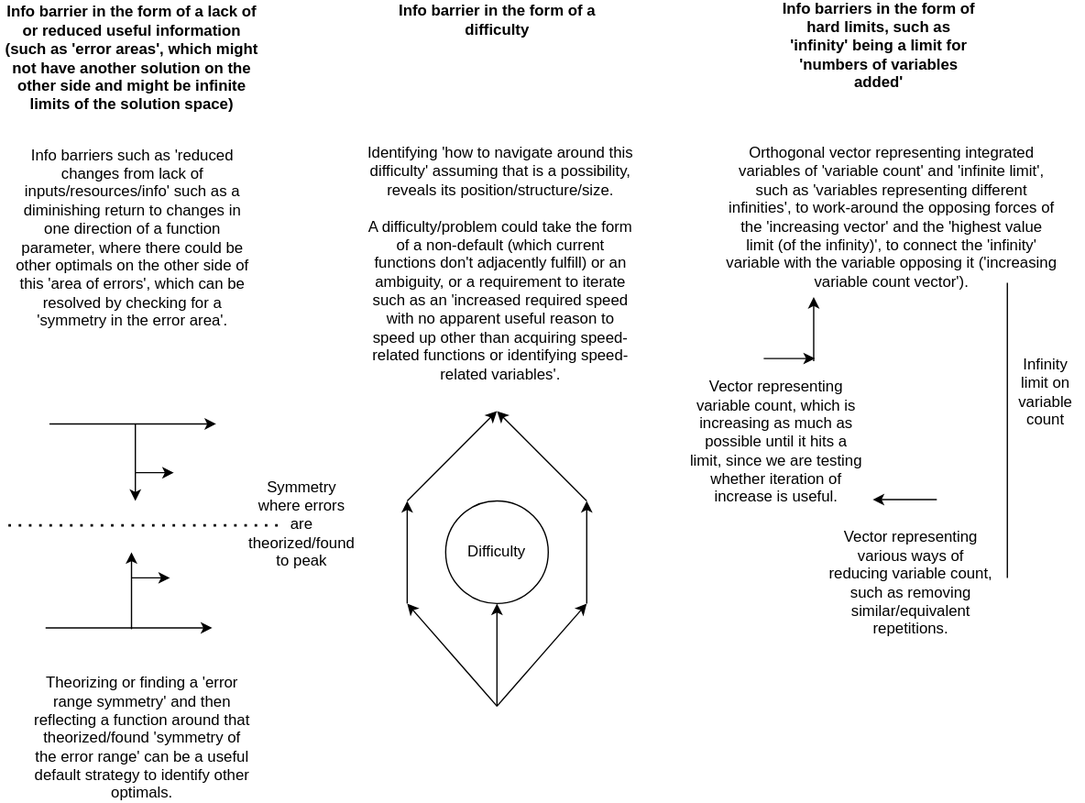
Above: docs/objects/info_barriers.drawio.svg in outdreamer/build-a-cure (draw.io), before the change. Source tidied: cells renumbered, new cells last; positions are measured from the earlier drawing's top-left corner, leaving out a move shared by most shapes.
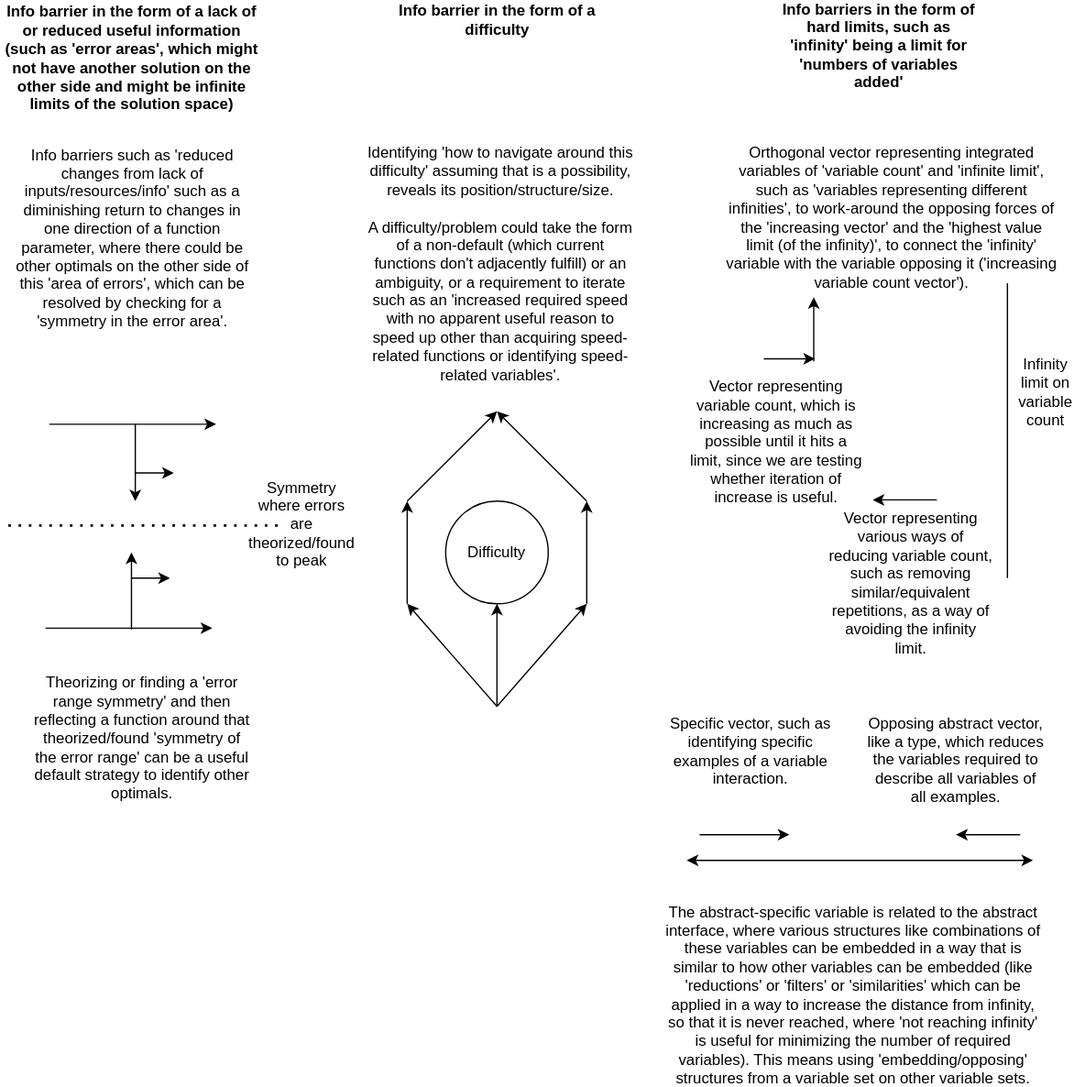
After the change.

Diff of the diagram source:
```diff
@@ -77,7 +77,7 @@
         <mxPoint x="680" y="389" as="targetPoint" />
       </mxGeometry>
     </mxCell>
-    <mxCell id="17" value="Vector representing various ways of reducing variable count, such as removing similar/equivalent repetitions." style="text;html=1;strokeColor=none;fillColor=none;align=center;verticalAlign=middle;whiteSpace=wrap;rounded=0;" parent="1" vertex="1">
+    <mxCell id="17" value="Vector representing various ways of reducing variable count, such as removing similar/equivalent repetitions, as a way of avoiding the infinity limit." style="text;html=1;strokeColor=none;fillColor=none;align=center;verticalAlign=middle;whiteSpace=wrap;rounded=0;" parent="1" vertex="1">
       <mxGeometry x="645" y="439" width="130" height="30" as="geometry" />
     </mxCell>
     <mxCell id="18" value="Orthogonal vector representing integrated variables of 'variable count' and 'infinite limit', such as 'variables representing different infinities', to work-around the opposing forces of the 'increasing vector' and the 'highest value limit (of the infinity)', to connect the 'infinity' variable with the variable opposing it ('increasing variable count vector')." style="text;html=1;strokeColor=none;fillColor=none;align=center;verticalAlign=middle;whiteSpace=wrap;rounded=0;" parent="1" vertex="1">
@@ -146,5 +146,32 @@
     <mxCell id="31" value="Info barrier in the form of a lack of or reduced useful information (such as 'error areas', which might not have another solution on the other side and might be infinite limits of the solution space)" style="text;html=1;strokeColor=none;fillColor=none;align=center;verticalAlign=middle;whiteSpace=wrap;rounded=0;fontStyle=1;" parent="1" vertex="1">
       <mxGeometry y="30" width="205" height="30" as="geometry" />
     </mxCell>
+    <mxCell id="32" style="endArrow=classic;startArrow=classic;html=1;rounded=0;" parent="1" edge="1">
+      <mxGeometry relative="1" as="geometry">
+        <mxPoint x="535" y="670" as="sourcePoint" />
+        <mxPoint x="805" y="670" as="targetPoint" />
+      </mxGeometry>
+    </mxCell>
+    <mxCell id="33" style="endArrow=classic;html=1;rounded=0;" parent="1" edge="1">
+      <mxGeometry relative="1" as="geometry">
+        <mxPoint x="545" y="650" as="sourcePoint" />
+        <mxPoint x="615" y="650" as="targetPoint" />
+      </mxGeometry>
+    </mxCell>
+    <mxCell id="34" style="endArrow=classic;html=1;rounded=0;" parent="1" edge="1">
+      <mxGeometry relative="1" as="geometry">
+        <mxPoint x="795" y="650" as="sourcePoint" />
+        <mxPoint x="745" y="650" as="targetPoint" />
+      </mxGeometry>
+    </mxCell>
+    <mxCell id="35" value="The abstract-specific variable is related to the abstract interface, where various structures like combinations of these variables can be embedded in a way that is similar to how other variables can be embedded (like 'reductions' or 'filters' or 'similarities' which can be applied in a way to increase the distance from infinity, so that it is never reached, where 'not reaching infinity' is useful for minimizing the number of required variables). This means using 'embedding/opposing' structures from a variable set on other variable sets." style="text;html=1;strokeColor=none;fillColor=none;align=center;verticalAlign=middle;whiteSpace=wrap;rounded=0;" parent="1" vertex="1">
+      <mxGeometry x="515" y="760" width="300" height="30" as="geometry" />
+    </mxCell>
+    <mxCell id="36" value="Opposing abstract vector, like a type, which reduces the variables required to describe all variables of all examples." style="text;html=1;strokeColor=none;fillColor=none;align=center;verticalAlign=middle;whiteSpace=wrap;rounded=0;" parent="1" vertex="1">
+      <mxGeometry x="675" y="577" width="140" height="30" as="geometry" />
+    </mxCell>
+    <mxCell id="37" value="Specific vector, such as identifying specific examples of a variable interaction." style="text;html=1;strokeColor=none;fillColor=none;align=center;verticalAlign=middle;whiteSpace=wrap;rounded=0;" parent="1" vertex="1">
+      <mxGeometry x="515" y="570" width="140" height="30" as="geometry" />
+    </mxCell>
   </root>
 </mxGraphModel>
```
